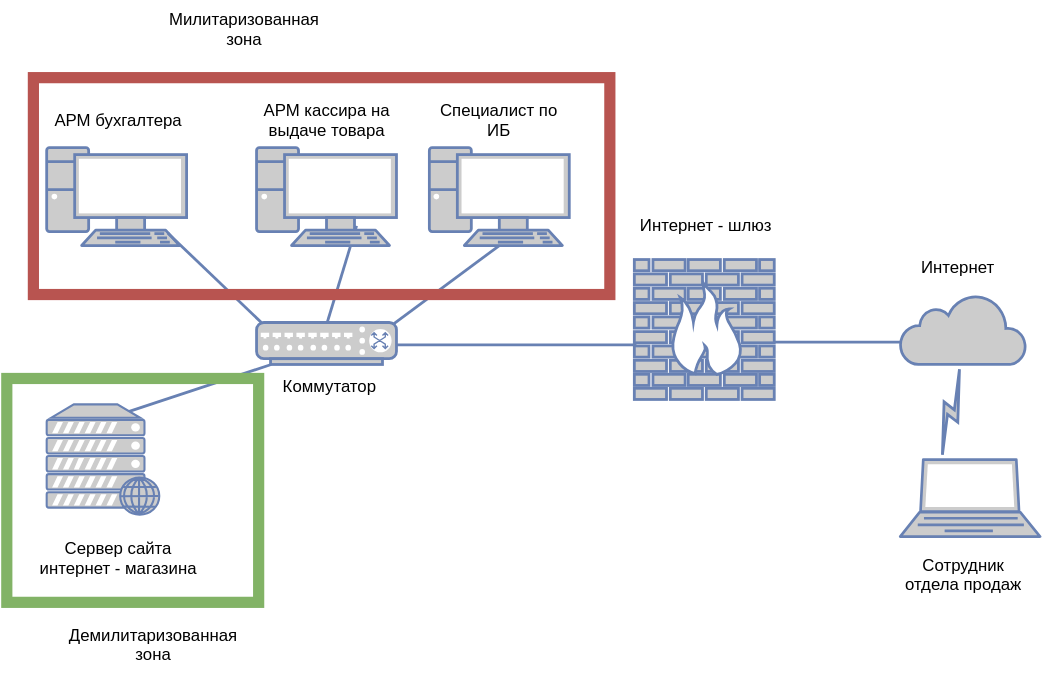
This is Диаграмма без названия.svg from aantitank/Iris-Recognition, a draw.io export, as it was before one commit. Source tidied: cells renumbered, new cells last; positions are measured from the earlier drawing's top-left corner, leaving out a move shared by most shapes.
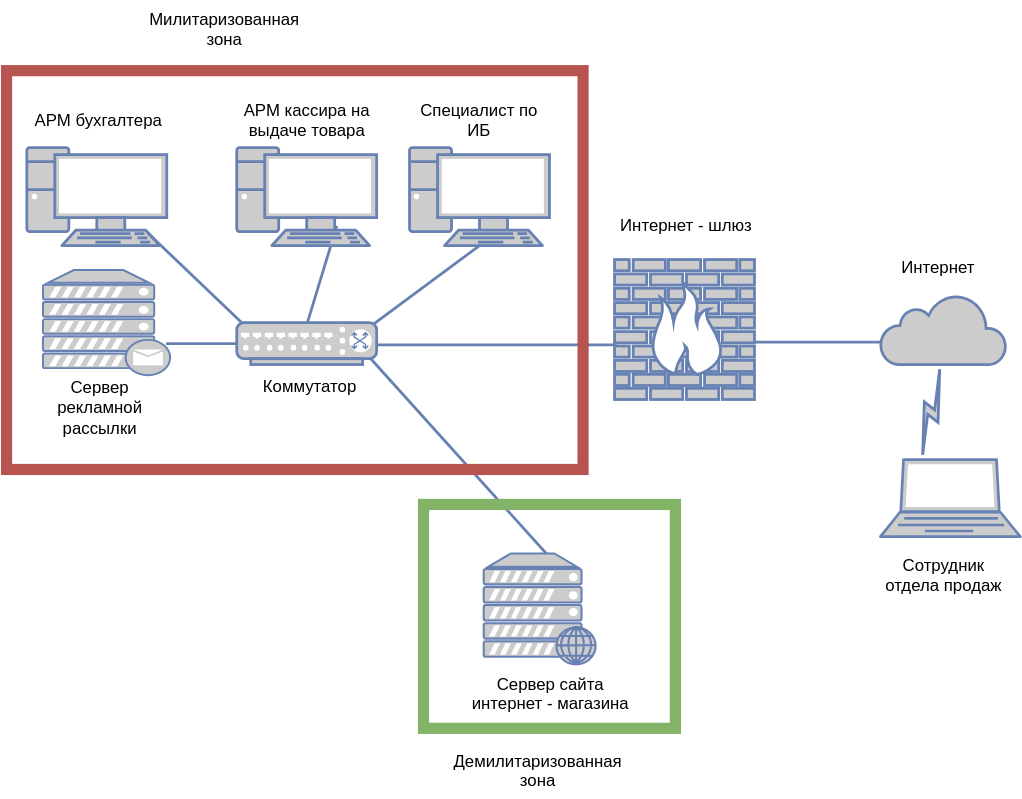
Later version of the same file.

What changed in the source:
```diff
@@ -14,7 +14,7 @@
     <mxCell id="5" style="strokeColor=#6881B3;edgeStyle=none;rounded=0;endArrow=none;html=1;strokeWidth=2;entryX=0.84;entryY=0.367;entryPerimeter=0;exitX=0.5;exitY=1;exitPerimeter=0;" parent="1" edge="1" source="16" target="17">
       <mxGeometry relative="1" as="geometry" />
     </mxCell>
-    <mxCell id="6" style="strokeColor=#6881B3;edgeStyle=none;rounded=0;endArrow=none;html=1;strokeWidth=2;entryX=0.1;entryY=1;entryPerimeter=0;exitX=0.638;exitY=0.089;exitPerimeter=0;" parent="1" edge="1" source="14" target="17">
+    <mxCell id="6" style="strokeColor=#6881B3;edgeStyle=none;rounded=0;endArrow=none;html=1;strokeWidth=2;entryX=0.905;entryY=0.667;entryPerimeter=0;exitX=0.638;exitY=0.089;exitPerimeter=0;" parent="1" edge="1" source="14" target="17">
       <mxGeometry relative="1" as="geometry" />
     </mxCell>
     <mxCell id="7" style="strokeColor=#6881B3;edgeStyle=none;rounded=0;endArrow=none;html=1;strokeWidth=2;entryX=0.86;entryY=0.533;entryPerimeter=0;exitX=0.011;exitY=0.607;exitPerimeter=0;" parent="1" edge="1" source="8" target="17">
@@ -30,7 +30,7 @@
       <mxGeometry x="28.5" y="75" width="100" height="20" as="geometry" />
     </mxCell>
     <mxCell id="11" value="Сервер сайта&lt;br&gt;интернет - магазина&lt;br&gt;" style="text;html=1;strokeColor=none;fillColor=none;align=center;verticalAlign=middle;whiteSpace=wrap;rounded=0;" parent="1" vertex="1">
-      <mxGeometry x="13.5" y="383" width="130" height="30" as="geometry" />
+      <mxGeometry x="337" y="480" width="130" height="30" as="geometry" />
     </mxCell>
     <mxCell id="12" style="fontColor=#0066CC;verticalAlign=top;verticalLabelPosition=bottom;labelPosition=center;align=center;html=1;fillColor=#CCCCCC;strokeColor=#6881B3;gradientColor=none;gradientDirection=north;strokeWidth=2;shape=mxgraph.networks.pc;" parent="1" vertex="1">
       <mxGeometry x="178.5" y="105" width="100" height="70" as="geometry" />
@@ -39,7 +39,7 @@
       <mxGeometry x="178.5" y="70" width="100" height="30" as="geometry" />
     </mxCell>
     <mxCell id="14" style="fontColor=#0066CC;verticalAlign=top;verticalLabelPosition=bottom;labelPosition=center;align=center;html=1;fillColor=#CCCCCC;strokeColor=#6881B3;gradientColor=none;gradientDirection=north;strokeWidth=2;shape=mxgraph.networks.web_server;" parent="1" vertex="1">
-      <mxGeometry x="28.5" y="288.5" width="80" height="79" as="geometry" />
+      <mxGeometry x="355" y="395" width="80" height="79" as="geometry" />
     </mxCell>
     <mxCell id="15" style="fontColor=#0066CC;verticalAlign=top;verticalLabelPosition=bottom;labelPosition=center;align=center;html=1;fillColor=#CCCCCC;strokeColor=#6881B3;gradientColor=none;gradientDirection=north;strokeWidth=2;shape=mxgraph.networks.laptop;" parent="1" vertex="1">
       <mxGeometry x="638.5" y="328" width="100" height="55" as="geometry" />
@@ -72,20 +72,32 @@
     <mxCell id="23" value="Сотрудник отдела продаж" style="text;html=1;strokeColor=none;fillColor=none;align=center;verticalAlign=middle;whiteSpace=wrap;rounded=0;" parent="1" vertex="1">
       <mxGeometry x="633.5" y="395" width="100" height="30" as="geometry" />
     </mxCell>
-    <mxCell id="24" style="rounded=0;whiteSpace=wrap;html=1;fillColor=none;strokeColor=#b85450;strokeWidth=8;" parent="1" vertex="1">
-      <mxGeometry x="19" y="55" width="412" height="155" as="geometry" />
-    </mxCell>
     <mxCell id="25" style="rounded=0;whiteSpace=wrap;html=1;fillColor=none;strokeColor=#82b366;strokeWidth=8;" parent="1" vertex="1">
-      <mxGeometry y="270" width="180" height="160" as="geometry" />
+      <mxGeometry x="312" y="360" width="180" height="160" as="geometry" />
     </mxCell>
     <mxCell id="26" value="Коммутатор" style="text;html=1;strokeColor=none;fillColor=none;align=center;verticalAlign=middle;whiteSpace=wrap;rounded=0;" parent="1" vertex="1">
       <mxGeometry x="180" y="260" width="100" height="30" as="geometry" />
     </mxCell>
     <mxCell id="27" value="Демилитаризованная зона" style="text;html=1;strokeColor=none;fillColor=none;align=center;verticalAlign=middle;whiteSpace=wrap;rounded=0;" parent="1" vertex="1">
-      <mxGeometry x="40" y="440" width="130" height="40" as="geometry" />
+      <mxGeometry x="328.5" y="530" width="130" height="40" as="geometry" />
     </mxCell>
     <mxCell id="28" value="Милитаризованная зона" style="text;html=1;strokeColor=none;fillColor=none;align=center;verticalAlign=middle;whiteSpace=wrap;rounded=0;" parent="1" vertex="1">
       <mxGeometry x="105" width="130" height="40" as="geometry" />
     </mxCell>
+    <mxCell id="29" style="fontColor=#0066CC;verticalAlign=top;verticalLabelPosition=bottom;labelPosition=center;align=center;html=1;fillColor=#CCCCCC;strokeColor=#6881B3;gradientColor=none;gradientDirection=north;strokeWidth=2;shape=mxgraph.networks.mail_server;" parent="1" vertex="1">
+      <mxGeometry x="40" y="192.5" width="91" height="75" as="geometry" />
+    </mxCell>
+    <mxCell id="30" style="edgeStyle=orthogonalEdgeStyle;rounded=0;html=1;exitX=0.5;exitY=1;entryX=0.5;entryY=1;jettySize=auto;orthogonalLoop=1;" parent="1" edge="1" source="26" target="26">
+      <mxGeometry relative="1" as="geometry" />
+    </mxCell>
+    <mxCell id="31" style="rounded=0;whiteSpace=wrap;html=1;fillColor=none;strokeColor=#b85450;strokeWidth=8;" parent="1" vertex="1">
+      <mxGeometry x="14" y="50" width="412" height="285" as="geometry" />
+    </mxCell>
+    <mxCell id="32" value="Сервер рекламной рассылки" style="text;html=1;strokeColor=none;fillColor=none;align=center;verticalAlign=middle;whiteSpace=wrap;rounded=0;" parent="1" vertex="1">
+      <mxGeometry x="31" y="275" width="100" height="30" as="geometry" />
+    </mxCell>
+    <mxCell id="33" style="strokeColor=#6881B3;edgeStyle=none;rounded=0;endArrow=none;html=1;strokeWidth=2;entryX=0.967;entryY=0.7;entryPerimeter=0;exitX=0;exitY=0.5;exitPerimeter=0;" parent="1" edge="1" source="17" target="29">
+      <mxGeometry relative="1" as="geometry" />
+    </mxCell>
   </root>
 </mxGraphModel>
```
